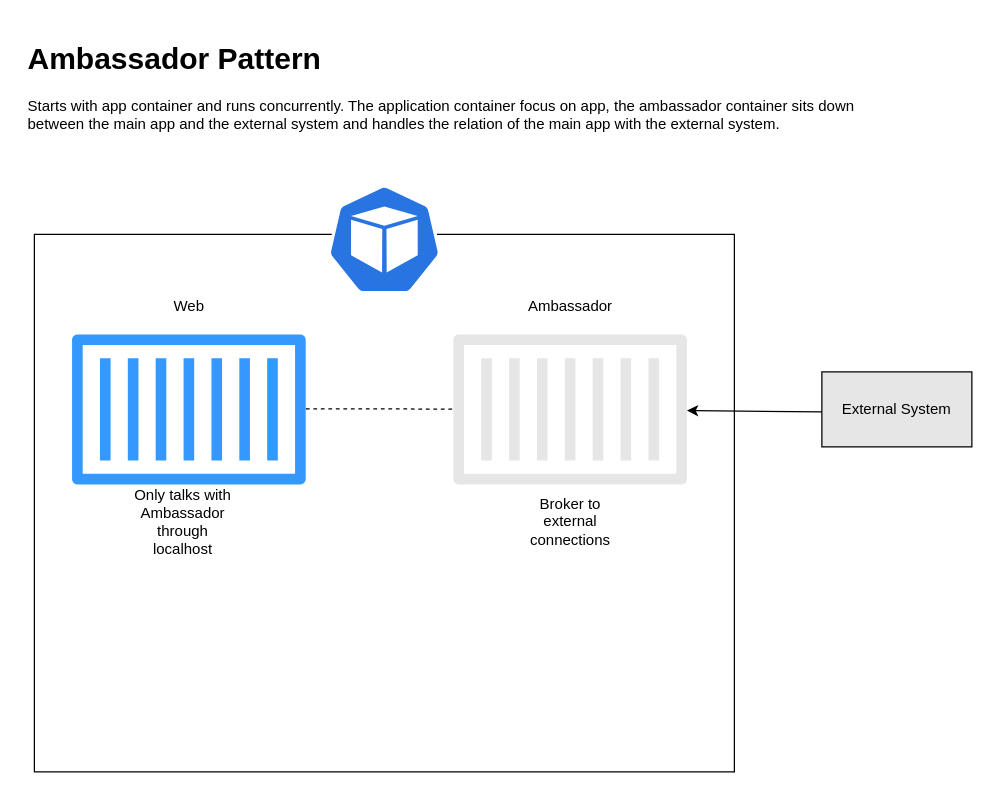
Earlier version of the draw.io diagram page "Page-4" (4 of 4) of 06-k8s-patterns/03-structural/structural-patterns.drawio (Lemoncode/k8s-fundamentals). Source tidied: cells renumbered, new cells numbered last; positions are measured from the earlier drawing's top-left corner, leaving out a move shared by most shapes. Both pictures are drawn from the tidied source at 125%, with x=0, y=0 at pixel (21, 34).
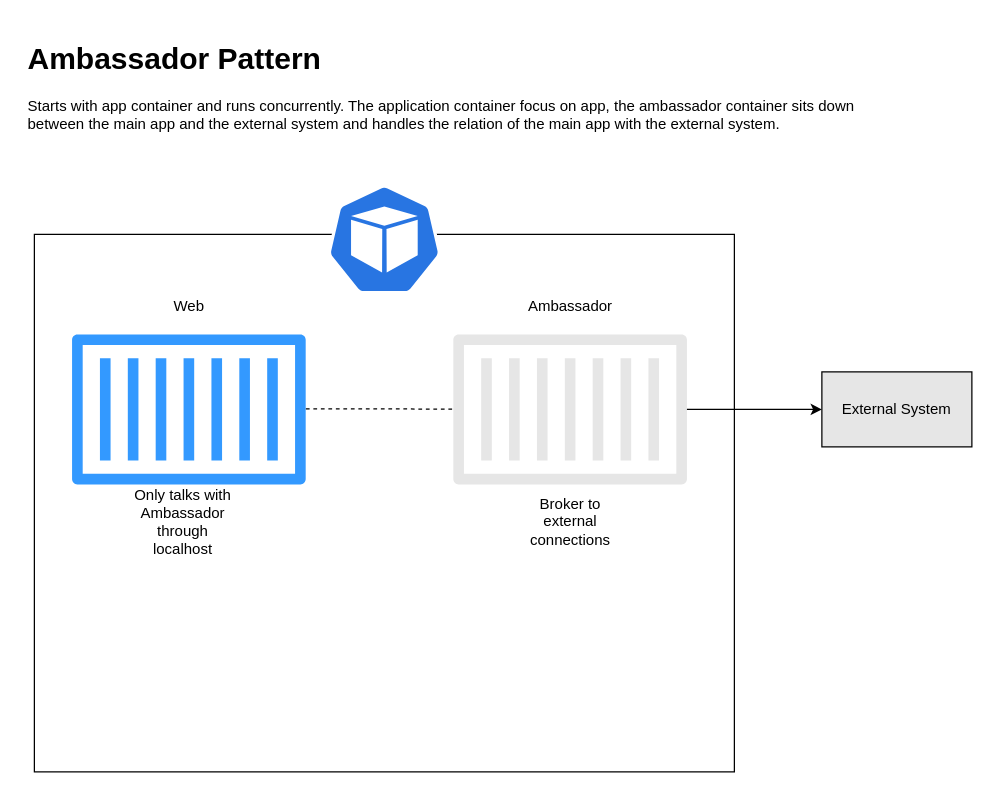
After the change.

Change to the diagram source:
```diff
@@
 <mxGraphModel>
   <root>
     <mxCell id="0" />
     <mxCell id="1" parent="0" />
     <mxCell id="2" style="rounded=0;whiteSpace=wrap;html=1;fillColor=none;" parent="1" vertex="1">
       <mxGeometry x="10" y="160" width="560" height="430" as="geometry" />
     </mxCell>
     <mxCell id="3" value="&lt;h1&gt;Ambassador Pattern&lt;/h1&gt;&lt;p&gt;Starts with app container and runs concurrently. The application container focus on app, the ambassador container sits down between the main app and the external system and handles the relation of the main app with the external system.&lt;/p&gt;" style="text;html=1;strokeColor=none;fillColor=none;spacing=5;spacingTop=-20;whiteSpace=wrap;overflow=hidden;rounded=0;" parent="1" vertex="1">
       <mxGeometry width="690" height="120" as="geometry" />
     </mxCell>
     <mxCell id="4" style="html=1;dashed=0;whitespace=wrap;fillColor=#2875E2;strokeColor=#ffffff;shape=mxgraph.kubernetes.icon;prIcon=pod;" parent="1" vertex="1">
       <mxGeometry x="205" y="120" width="170" height="88" as="geometry" />
     </mxCell>
     <mxCell id="5" style="outlineConnect=0;fontColor=#232F3E;gradientColor=none;strokeColor=none;dashed=0;verticalLabelPosition=bottom;verticalAlign=top;align=center;html=1;fontSize=12;fontStyle=0;shape=mxgraph.aws4.container_1;fillColor=#E6E6E6;" parent="1" vertex="1">
       <mxGeometry x="345" y="240" width="187.2" height="120" as="geometry" />
     </mxCell>
     <mxCell id="6" style="fontColor=#232F3E;gradientColor=none;strokeColor=none;dashed=0;verticalLabelPosition=bottom;verticalAlign=top;align=center;html=1;fontSize=12;fontStyle=0;shape=mxgraph.aws4.container_1;fillColor=#3399FF;" parent="1" vertex="1">
       <mxGeometry x="40" y="240" width="187.2" height="120" as="geometry" />
     </mxCell>
     <mxCell id="7" value="Web" style="text;html=1;strokeColor=none;fillColor=none;align=center;verticalAlign=middle;whiteSpace=wrap;rounded=0;" parent="1" vertex="1">
       <mxGeometry x="83.6" y="208" width="100" height="20" as="geometry" />
     </mxCell>
     <mxCell id="8" value="Ambassador" style="text;html=1;strokeColor=none;fillColor=none;align=center;verticalAlign=middle;whiteSpace=wrap;rounded=0;" parent="1" vertex="1">
       <mxGeometry x="388.6" y="208" width="100" height="20" as="geometry" />
     </mxCell>
     <mxCell id="9" value="External System" style="rounded=0;whiteSpace=wrap;html=1;fillColor=#E6E6E6;" parent="1" vertex="1">
       <mxGeometry x="640" y="270" width="120" height="60" as="geometry" />
     </mxCell>
-    <mxCell id="10" style="endArrow=classic;html=1;" parent="1" edge="1" target="5">
-      <mxGeometry relative="1" as="geometry">
-        <mxPoint x="640" y="302" as="sourcePoint" />
-      </mxGeometry>
-    </mxCell>
     <mxCell id="11" style="endArrow=none;dashed=1;html=1;" parent="1" edge="1" target="5">
       <mxGeometry relative="1" as="geometry">
         <mxPoint x="227.2" y="299.5" as="sourcePoint" />
       </mxGeometry>
     </mxCell>
     <mxCell id="12" value="Broker to external connections" style="text;html=1;strokeColor=none;fillColor=none;align=center;verticalAlign=middle;whiteSpace=wrap;rounded=0;" parent="1" vertex="1">
       <mxGeometry x="393.6" y="380" width="90" height="20" as="geometry" />
     </mxCell>
     <mxCell id="13" value="Only talks with Ambassador through localhost" style="text;html=1;strokeColor=none;fillColor=none;align=center;verticalAlign=middle;whiteSpace=wrap;rounded=0;" parent="1" vertex="1">
       <mxGeometry x="83.6" y="380" width="90" height="20" as="geometry" />
     </mxCell>
+    <mxCell id="14" style="endArrow=classic;html=1;rounded=0;" parent="1" edge="1" source="5">
+      <mxGeometry relative="1" as="geometry">
+        <mxPoint x="640" y="300" as="targetPoint" />
+      </mxGeometry>
+    </mxCell>
   </root>
 </mxGraphModel>
```
